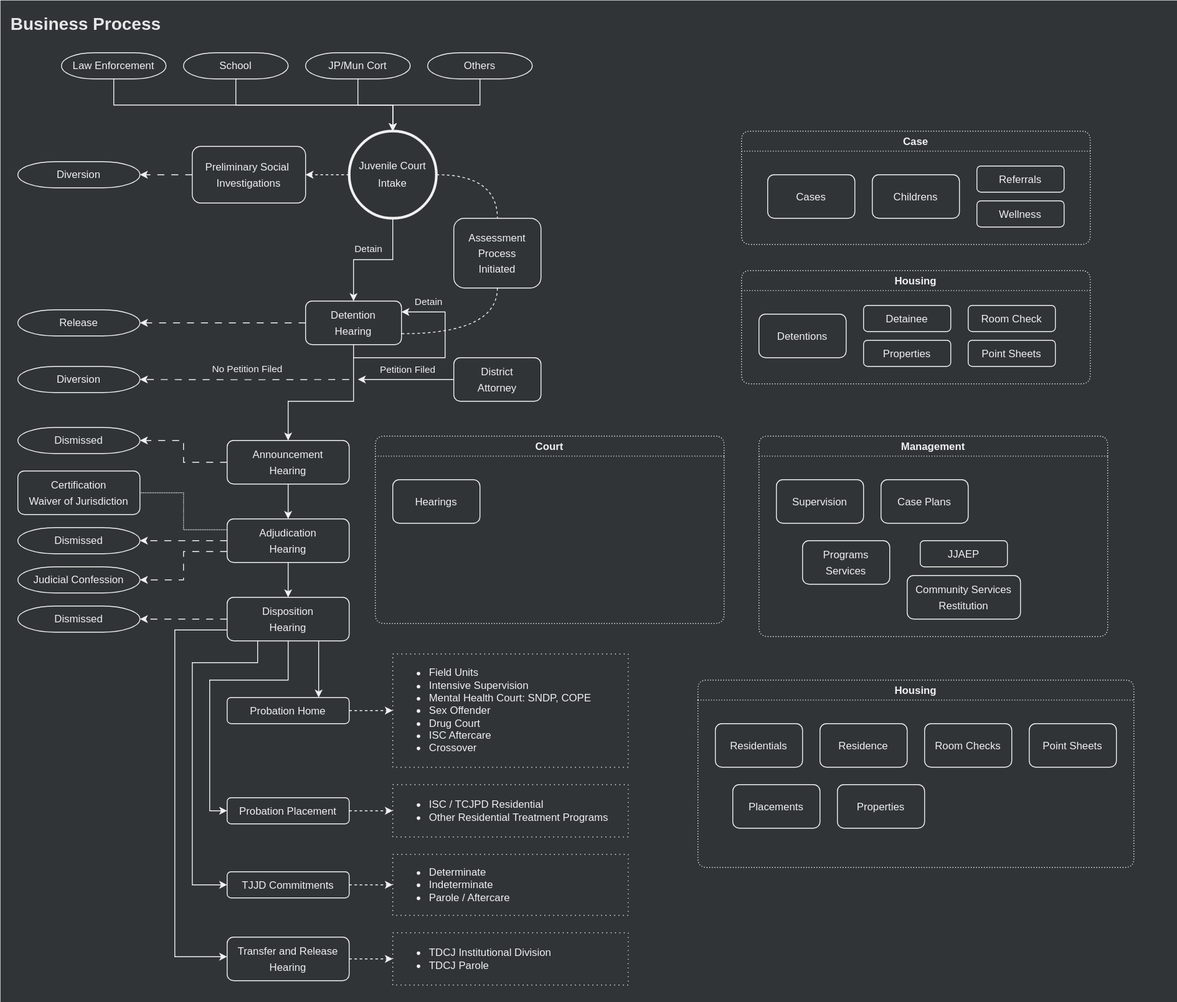
Before: diagrams/juvpro/business-process.svg, a diagram exported from draw.io (tcjpd/tcjpd.github.io). Source tidied: cells renumbered, new cells last; positions are measured from the earlier drawing's top-left corner, leaving out a move shared by most shapes.
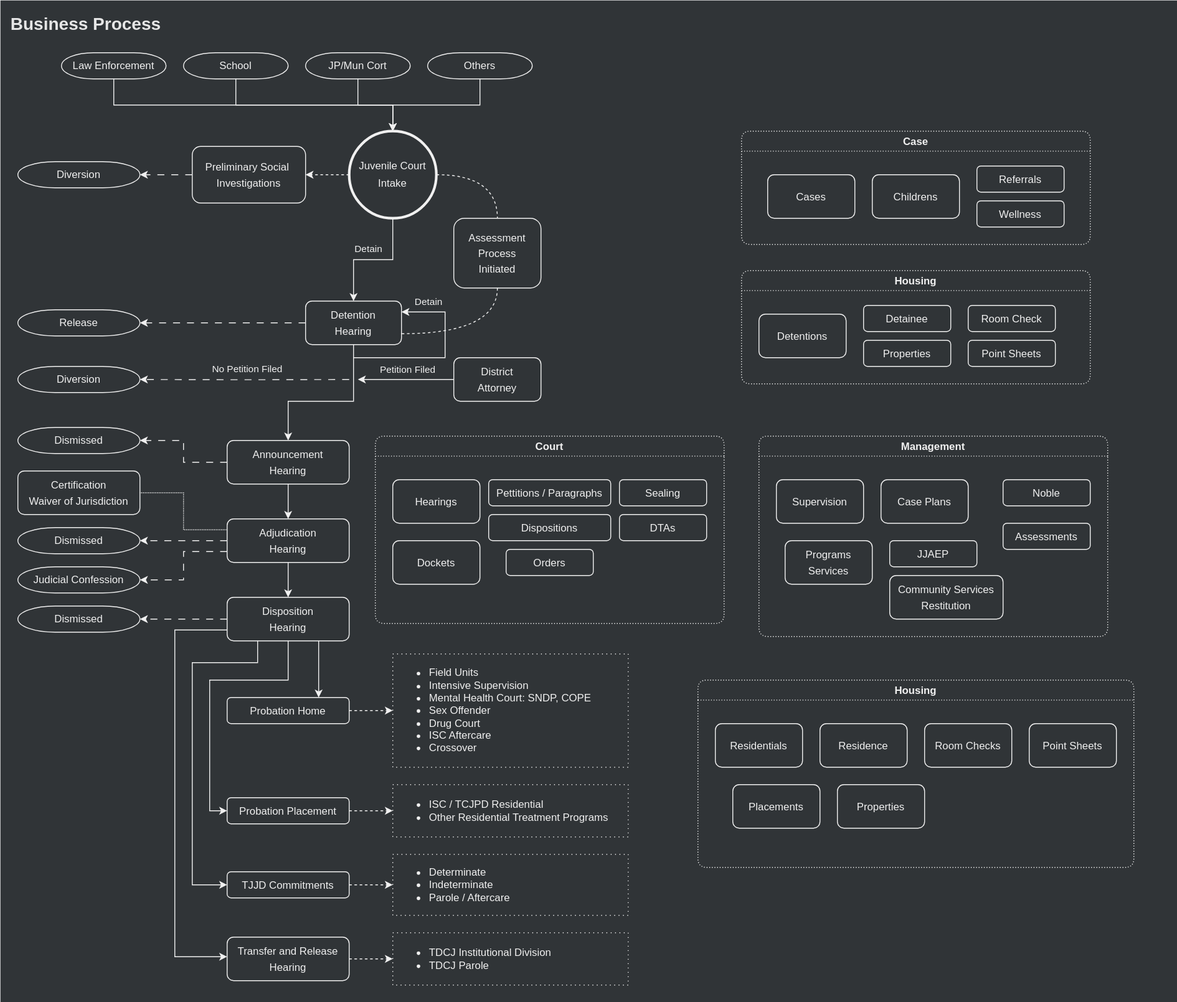
After the commit.

The edit, as a diff of the source:
```diff
@@ -315,19 +315,43 @@
       <mxGeometry x="140" y="50" width="100" height="50" as="geometry" />
     </mxCell>
     <mxCell id="87" value="&lt;p style=&quot;line-height: 150%;&quot;&gt;Programs&lt;br&gt;Services&lt;/p&gt;" style="rounded=1;whiteSpace=wrap;html=1;fontColor=#F0F0F0;strokeColor=#F0F0F0;fillColor=#303437;" parent="84" vertex="1">
-      <mxGeometry x="50" y="120" width="100" height="50" as="geometry" />
+      <mxGeometry x="30" y="120" width="100" height="50" as="geometry" />
     </mxCell>
     <mxCell id="88" value="&lt;p style=&quot;line-height: 150%;&quot;&gt;JJAEP&lt;/p&gt;" style="rounded=1;whiteSpace=wrap;html=1;fontColor=#F0F0F0;strokeColor=#F0F0F0;fillColor=#303437;" parent="84" vertex="1">
-      <mxGeometry x="185" y="120" width="100" height="30" as="geometry" />
+      <mxGeometry x="150" y="120" width="100" height="30" as="geometry" />
     </mxCell>
     <mxCell id="89" value="&lt;p style=&quot;line-height: 150%;&quot;&gt;Community Services&lt;br&gt;&lt;span style=&quot;background-color: initial;&quot;&gt;Restitution&lt;/span&gt;&lt;/p&gt;" style="rounded=1;whiteSpace=wrap;html=1;fontColor=#F0F0F0;strokeColor=#F0F0F0;fillColor=#303437;" parent="84" vertex="1">
-      <mxGeometry x="170" y="160" width="130" height="50" as="geometry" />
+      <mxGeometry x="150" y="160" width="130" height="50" as="geometry" />
     </mxCell>
+    <mxCell id="92" value="&lt;p style=&quot;line-height: 150%;&quot;&gt;Noble&lt;/p&gt;" style="rounded=1;whiteSpace=wrap;html=1;fontColor=#F0F0F0;strokeColor=#F0F0F0;fillColor=#303437;" parent="84" vertex="1">
+      <mxGeometry x="280" y="50" width="100" height="30" as="geometry" />
+    </mxCell>
+    <mxCell id="93" value="&lt;p style=&quot;line-height: 150%;&quot;&gt;Assessments&lt;br&gt;&lt;/p&gt;" style="rounded=1;whiteSpace=wrap;html=1;fontColor=#F0F0F0;strokeColor=#F0F0F0;fillColor=#303437;" parent="84" vertex="1">
+      <mxGeometry x="280" y="100" width="100" height="30" as="geometry" />
+    </mxCell>
     <mxCell id="90" value="Court" style="swimlane;fontColor=#F0F0F0;fillColor=#303437;rounded=1;dashed=1;dashPattern=1 2;strokeColor=#F0F0F0;" parent="3" vertex="1">
       <mxGeometry x="430" y="500" width="400" height="215" as="geometry" />
     </mxCell>
     <mxCell id="91" value="&lt;p style=&quot;line-height: 150%;&quot;&gt;Hearings&lt;/p&gt;" style="rounded=1;whiteSpace=wrap;html=1;fontColor=#F0F0F0;strokeColor=#F0F0F0;fillColor=#303437;" parent="90" vertex="1">
       <mxGeometry x="20" y="50" width="100" height="50" as="geometry" />
     </mxCell>
+    <mxCell id="94" value="&lt;p style=&quot;line-height: 150%;&quot;&gt;Dockets&lt;/p&gt;" style="rounded=1;whiteSpace=wrap;html=1;fontColor=#F0F0F0;strokeColor=#F0F0F0;fillColor=#303437;" parent="90" vertex="1">
+      <mxGeometry x="20" y="120" width="100" height="50" as="geometry" />
+    </mxCell>
+    <mxCell id="95" value="&lt;p style=&quot;line-height: 150%;&quot;&gt;Pettitions / Paragraphs&lt;/p&gt;" style="rounded=1;whiteSpace=wrap;html=1;fontColor=#F0F0F0;strokeColor=#F0F0F0;fillColor=#303437;" parent="90" vertex="1">
+      <mxGeometry x="130" y="50" width="140" height="30" as="geometry" />
+    </mxCell>
+    <mxCell id="96" value="&lt;p style=&quot;line-height: 150%;&quot;&gt;Dispositions&lt;br&gt;&lt;/p&gt;" style="rounded=1;whiteSpace=wrap;html=1;fontColor=#F0F0F0;strokeColor=#F0F0F0;fillColor=#303437;" parent="90" vertex="1">
+      <mxGeometry x="130" y="90" width="140" height="30" as="geometry" />
+    </mxCell>
+    <mxCell id="97" value="&lt;p style=&quot;line-height: 150%;&quot;&gt;Sealing&lt;/p&gt;" style="rounded=1;whiteSpace=wrap;html=1;fontColor=#F0F0F0;strokeColor=#F0F0F0;fillColor=#303437;" parent="90" vertex="1">
+      <mxGeometry x="280" y="50" width="100" height="30" as="geometry" />
+    </mxCell>
+    <mxCell id="98" value="&lt;p style=&quot;line-height: 150%;&quot;&gt;DTAs&lt;br&gt;&lt;/p&gt;" style="rounded=1;whiteSpace=wrap;html=1;fontColor=#F0F0F0;strokeColor=#F0F0F0;fillColor=#303437;" parent="90" vertex="1">
+      <mxGeometry x="280" y="90" width="100" height="30" as="geometry" />
+    </mxCell>
+    <mxCell id="99" value="&lt;p style=&quot;line-height: 150%;&quot;&gt;Orders&lt;/p&gt;" style="rounded=1;whiteSpace=wrap;html=1;fontColor=#F0F0F0;strokeColor=#F0F0F0;fillColor=#303437;" parent="90" vertex="1">
+      <mxGeometry x="150" y="130" width="100" height="30" as="geometry" />
+    </mxCell>
   </root>
 </mxGraphModel>
```
